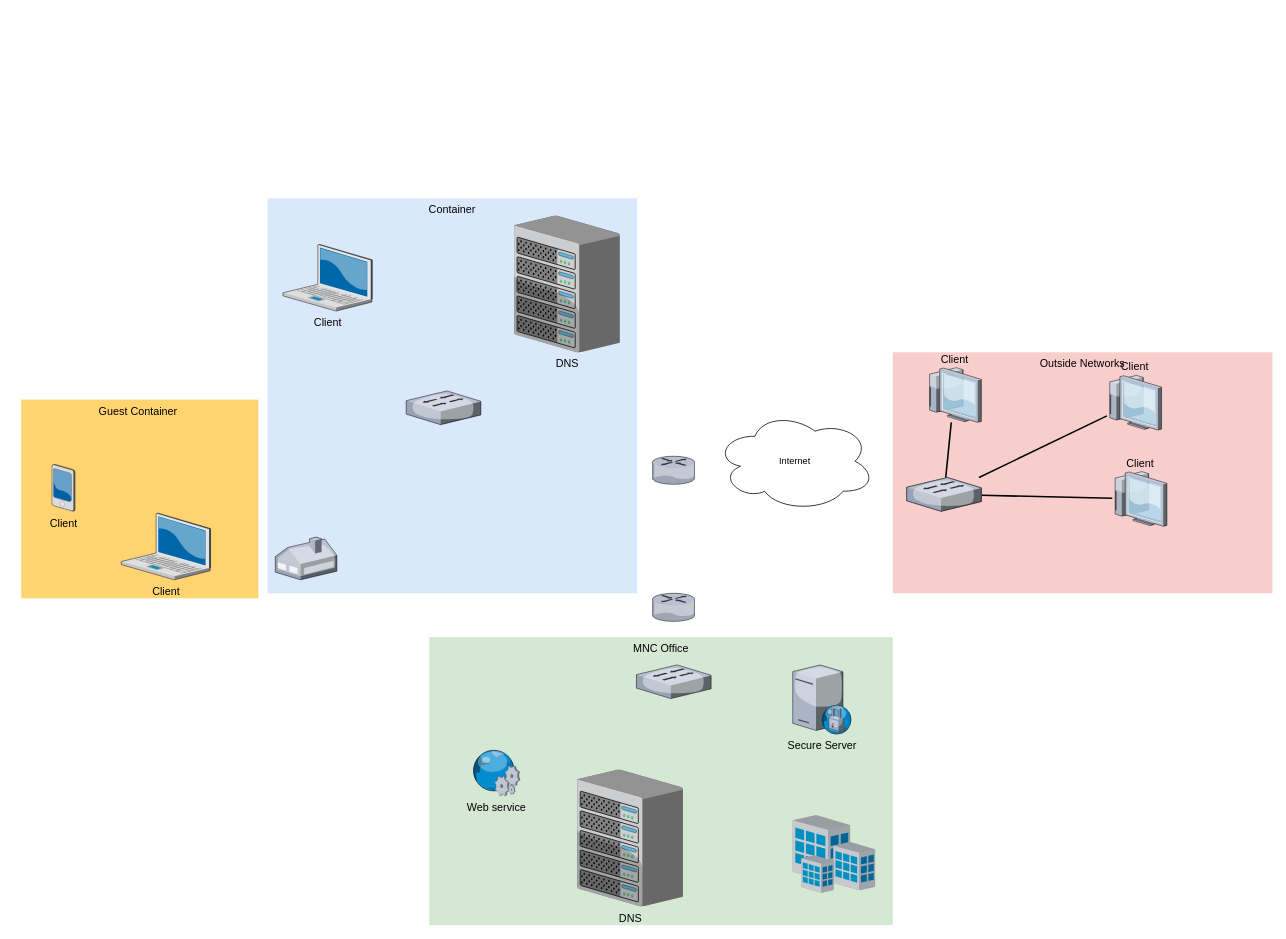
Myfasa/tablitsa-iqos keeps this draw.io diagram as Untitled Diagram.drawio. Above is the earlier version. Source tidied: cells renumbered, new cells numbered last; positions are measured from the earlier drawing's top-left corner, leaving out a move shared by most shapes. Both pictures are drawn from the tidied source at 77%, with x=0, y=0 at pixel (21, 198).
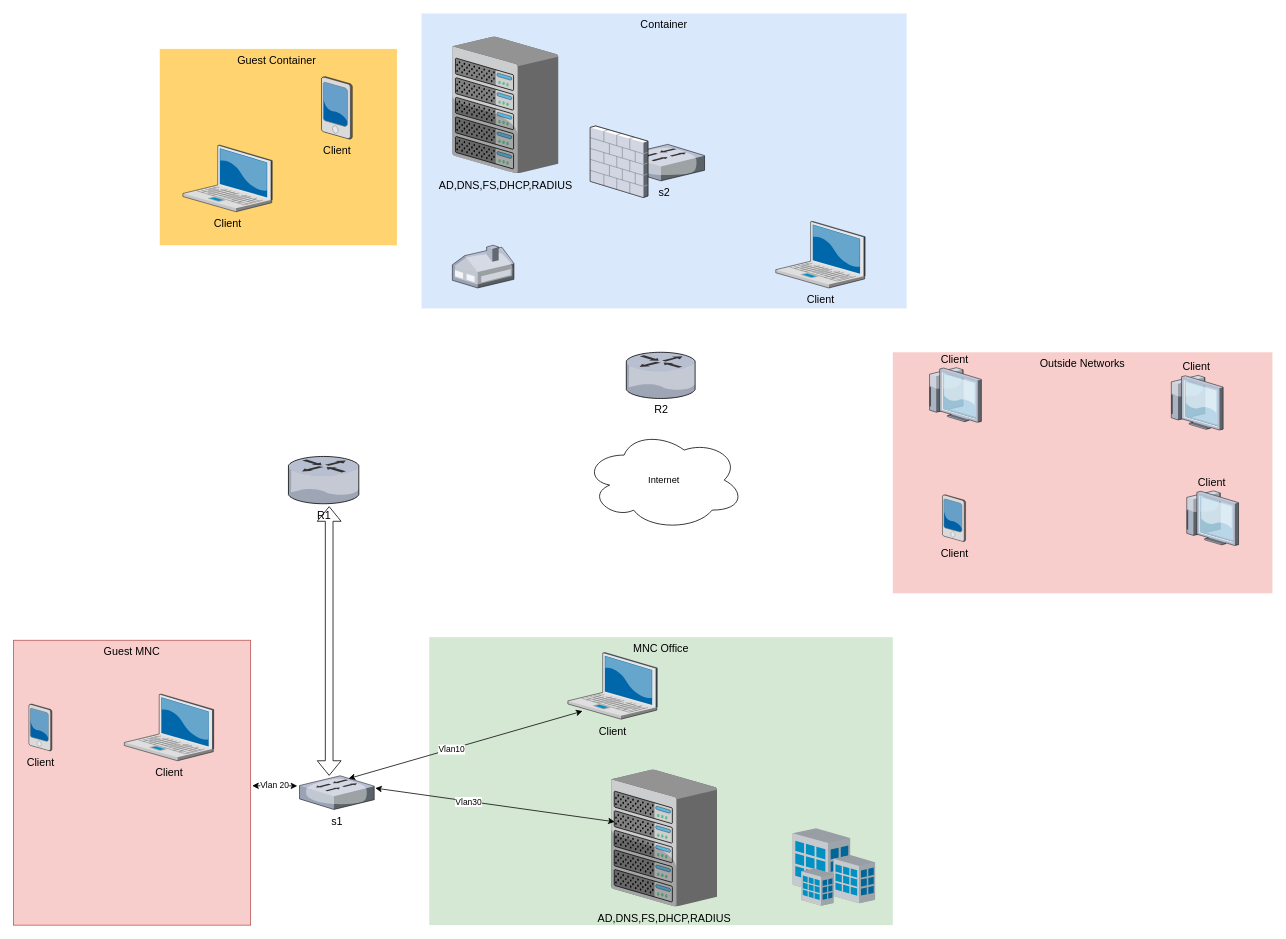
After the change.

The change refers to these unchanged cells:
```xml
<mxCell id="15" value="Client" style="verticalLabelPosition=top;html=1;verticalAlign=bottom;strokeColor=none;shape=mxgraph.citrix.thin_client;fillColor=#66B2FF;gradientColor=#0066CC;fontSize=14;labelPosition=center;align=center;" parent="1" vertex="1">
  <mxGeometry x="1176" y="220" width="71" height="71" as="geometry" />
</mxCell>
```

Change to the diagram source:
```diff
@@
-    <mxCell id="2" style="verticalLabelPosition=bottom;html=1;verticalAlign=top;strokeColor=none;shape=mxgraph.citrix.router;fillColor=#66B2FF;gradientColor=#0066CC;fontSize=14;" parent="1" vertex="1">
-      <mxGeometry x="820" y="335" width="55" height="36.5" as="geometry" />
+    <mxCell id="2" value="R2" style="verticalLabelPosition=bottom;html=1;verticalAlign=top;strokeColor=none;shape=mxgraph.citrix.router;fillColor=#66B2FF;gradientColor=#0066CC;fontSize=14;" parent="1" vertex="1">
+      <mxGeometry x="785.8" y="200" width="90.4" height="60" as="geometry" />
     </mxCell>
@@
-    <mxCell id="4" value="DNS" style="verticalLabelPosition=bottom;html=1;verticalAlign=top;strokeColor=none;shape=mxgraph.citrix.chassis;fillColor=#66B2FF;gradientColor=#0066CC;fontSize=14;" parent="1" vertex="1">
-      <mxGeometry x="722" y="742" width="137.5" height="177.5" as="geometry" />
+    <mxCell id="4" value="AD,DNS,FS,DHCP,RADIUS" style="verticalLabelPosition=bottom;html=1;verticalAlign=top;strokeColor=none;shape=mxgraph.citrix.chassis;fillColor=#66B2FF;gradientColor=#0066CC;fontSize=14;" parent="1" vertex="1">
+      <mxGeometry x="766.2" y="742" width="137.5" height="177.5" as="geometry" />
     </mxCell>
-    <mxCell id="5" value="Secure Server" style="verticalLabelPosition=bottom;html=1;verticalAlign=top;strokeColor=none;shape=mxgraph.citrix.proxy_server;fillColor=#66B2FF;gradientColor=#0066CC;fontSize=14;" parent="1" vertex="1">
-      <mxGeometry x="1002" y="606" width="76.5" height="90" as="geometry" />
-    </mxCell>
-    <mxCell id="6" value="Web service" style="verticalLabelPosition=bottom;html=1;verticalAlign=top;strokeColor=none;shape=mxgraph.citrix.web_service;fillColor=#66B2FF;gradientColor=#0066CC;fontSize=14;" parent="1" vertex="1">
-      <mxGeometry x="585" y="716" width="63" height="60" as="geometry" />
-    </mxCell>
     <mxCell id="7" style="verticalLabelPosition=bottom;html=1;verticalAlign=top;strokeColor=none;shape=mxgraph.citrix.site;fillColor=#66B2FF;gradientColor=#0066CC;fontSize=14;" parent="1" vertex="1">
-      <mxGeometry x="1002" y="801" width="107" height="101" as="geometry" />
+      <mxGeometry x="1002" y="818" width="107" height="101" as="geometry" />
     </mxCell>
@@
-    <mxCell id="9" style="edgeStyle=none;rounded=0;html=1;startSize=10;endSize=10;jettySize=auto;fontSize=14;endArrow=none;endFill=0;strokeWidth=2;" parent="1" edge="1" source="12" target="15">
-      <mxGeometry relative="1" as="geometry" />
-    </mxCell>
-    <mxCell id="10" style="edgeStyle=none;rounded=0;html=1;startSize=10;endSize=10;jettySize=auto;fontSize=14;endArrow=none;endFill=0;strokeWidth=2;" parent="1" edge="1" source="12" target="14">
-      <mxGeometry relative="1" as="geometry" />
-    </mxCell>
-    <mxCell id="11" style="edgeStyle=none;rounded=0;html=1;startSize=10;endSize=10;jettySize=auto;fontSize=14;endArrow=none;endFill=0;strokeWidth=2;" parent="1" edge="1" source="12" target="13">
-      <mxGeometry relative="1" as="geometry" />
-    </mxCell>
-    <mxCell id="12" style="verticalLabelPosition=bottom;html=1;verticalAlign=top;strokeColor=none;shape=mxgraph.citrix.switch;fillColor=#66B2FF;gradientColor=#0066CC;fontSize=14;" parent="1" vertex="1">
-      <mxGeometry x="1150" y="362.7" width="97" height="43.8" as="geometry" />
-    </mxCell>
     <mxCell id="13" value="Client" style="verticalLabelPosition=top;html=1;verticalAlign=bottom;strokeColor=none;shape=mxgraph.citrix.thin_client;fillColor=#66B2FF;gradientColor=#0066CC;fontSize=14;labelPosition=center;align=center;" parent="1" vertex="1">
-      <mxGeometry x="1417" y="355" width="71" height="71" as="geometry" />
+      <mxGeometry x="1510" y="380" width="71" height="71" as="geometry" />
     </mxCell>
     <mxCell id="14" value="Client" style="verticalLabelPosition=top;html=1;verticalAlign=bottom;strokeColor=none;shape=mxgraph.citrix.thin_client;fillColor=#66B2FF;gradientColor=#0066CC;fontSize=14;labelPosition=center;align=center;" parent="1" vertex="1">
-      <mxGeometry x="1410" y="230" width="71" height="71" as="geometry" />
+      <mxGeometry x="1490" y="230" width="71" height="71" as="geometry" />
     </mxCell>
@@
     <mxCell id="16" value="Container" style="whiteSpace=wrap;html=1;fillColor=#dae8fc;fontSize=14;strokeColor=none;verticalAlign=top;" parent="1" vertex="1">
-      <mxGeometry x="320" width="480" height="513" as="geometry" />
+      <mxGeometry x="520" y="-240" width="630" height="383" as="geometry" />
     </mxCell>
     <mxCell id="17" value="Client" style="verticalLabelPosition=bottom;html=1;verticalAlign=top;strokeColor=none;shape=mxgraph.citrix.laptop_2;fillColor=#66B2FF;gradientColor=#0066CC;fontSize=14;" parent="1" vertex="1">
-      <mxGeometry x="340" y="60" width="116" height="86.5" as="geometry" />
+      <mxGeometry x="980" y="30" width="116" height="86.5" as="geometry" />
     </mxCell>
     <mxCell id="18" style="verticalLabelPosition=bottom;html=1;verticalAlign=top;strokeColor=none;shape=mxgraph.citrix.home_office;fillColor=#66B2FF;gradientColor=#0066CC;fontSize=14;" parent="1" vertex="1">
-      <mxGeometry x="330" y="440" width="80" height="55.5" as="geometry" />
+      <mxGeometry x="560" y="61" width="80" height="55.5" as="geometry" />
     </mxCell>
-    <mxCell id="19" style="verticalLabelPosition=bottom;html=1;verticalAlign=top;strokeColor=none;shape=mxgraph.citrix.switch;fillColor=#66B2FF;gradientColor=#0066CC;fontSize=14;" parent="1" vertex="1">
-      <mxGeometry x="1150" y="362.7" width="97" height="43.8" as="geometry" />
-    </mxCell>
-    <mxCell id="20" style="verticalLabelPosition=bottom;html=1;verticalAlign=top;strokeColor=none;shape=mxgraph.citrix.switch;fillColor=#66B2FF;gradientColor=#0066CC;fontSize=14;" parent="1" vertex="1">
-      <mxGeometry x="500" y="250.2" width="97" height="43.8" as="geometry" />
+    <mxCell id="20" value="s2" style="verticalLabelPosition=bottom;html=1;verticalAlign=top;strokeColor=none;shape=mxgraph.citrix.switch;fillColor=#66B2FF;gradientColor=#0066CC;fontSize=14;" parent="1" vertex="1">
+      <mxGeometry x="782.5" y="-70" width="105" height="47.4" as="geometry" />
     </mxCell>
-    <mxCell id="21" style="verticalLabelPosition=bottom;html=1;verticalAlign=top;strokeColor=none;shape=mxgraph.citrix.router;fillColor=#66B2FF;gradientColor=#0066CC;fontSize=14;" parent="1" vertex="1">
-      <mxGeometry x="820" y="513" width="55" height="36.5" as="geometry" />
+    <mxCell id="21" value="R1" style="verticalLabelPosition=bottom;html=1;verticalAlign=top;strokeColor=none;shape=mxgraph.citrix.router;fillColor=#66B2FF;gradientColor=#0066CC;fontSize=14;" parent="1" vertex="1">
+      <mxGeometry x="347" y="335.3" width="92.5" height="61.4" as="geometry" />
     </mxCell>
     <mxCell id="22" value="Internet" style="ellipse;shape=cloud;whiteSpace=wrap;html=1;align=center;" parent="1" vertex="1">
-      <mxGeometry x="901" y="276.5" width="208" height="130" as="geometry" />
+      <mxGeometry x="731" y="301" width="208" height="130" as="geometry" />
     </mxCell>
-    <mxCell id="23" style="verticalLabelPosition=bottom;html=1;verticalAlign=top;strokeColor=none;shape=mxgraph.citrix.switch;fillColor=#66B2FF;gradientColor=#0066CC;fontSize=14;" parent="1" vertex="1">
-      <mxGeometry x="799" y="606" width="97" height="43.8" as="geometry" />
+    <mxCell id="23" value="s1" style="verticalLabelPosition=bottom;html=1;verticalAlign=top;strokeColor=none;shape=mxgraph.citrix.switch;fillColor=#66B2FF;gradientColor=#0066CC;fontSize=14;" parent="1" vertex="1">
+      <mxGeometry x="361.5" y="750" width="97" height="43.8" as="geometry" />
     </mxCell>
-    <mxCell id="24" value="DNS" style="verticalLabelPosition=bottom;html=1;verticalAlign=top;strokeColor=none;shape=mxgraph.citrix.chassis;fillColor=#66B2FF;gradientColor=#0066CC;fontSize=14;" parent="1" vertex="1">
-      <mxGeometry x="640" y="22.5" width="137.5" height="177.5" as="geometry" />
+    <mxCell id="24" value="AD,DNS,FS,DHCP,RADIUS" style="verticalLabelPosition=bottom;html=1;verticalAlign=top;strokeColor=none;shape=mxgraph.citrix.chassis;fillColor=#66B2FF;gradientColor=#0066CC;fontSize=14;" parent="1" vertex="1">
+      <mxGeometry x="560" y="-210" width="137.5" height="177.5" as="geometry" />
     </mxCell>
     <mxCell id="25" value="Guest Container&amp;nbsp;" style="whiteSpace=wrap;html=1;fillColor=#FFD470;gradientColor=none;fontSize=14;strokeColor=none;verticalAlign=top;" parent="1" vertex="1">
-      <mxGeometry y="261.5" width="308" height="258" as="geometry" />
+      <mxGeometry x="180" y="-194" width="308" height="255" as="geometry" />
     </mxCell>
     <mxCell id="26" value="Client" style="verticalLabelPosition=bottom;html=1;verticalAlign=top;strokeColor=none;shape=mxgraph.citrix.pda;fillColor=#66B2FF;gradientColor=#0066CC;fontSize=14;" parent="1" vertex="1">
-      <mxGeometry x="40" y="345.5" width="30" height="61" as="geometry" />
+      <mxGeometry x="390" y="-158" width="40" height="81.3" as="geometry" />
     </mxCell>
     <mxCell id="27" value="Client" style="verticalLabelPosition=bottom;html=1;verticalAlign=top;strokeColor=none;shape=mxgraph.citrix.laptop_2;fillColor=#66B2FF;gradientColor=#0066CC;fontSize=14;" parent="1" vertex="1">
-      <mxGeometry x="130" y="409" width="116" height="86.5" as="geometry" />
+      <mxGeometry x="210" y="-69" width="116" height="86.5" as="geometry" />
     </mxCell>
+    <mxCell id="28" value="Guest MNC" style="whiteSpace=wrap;html=1;fillColor=#f8cecc;fontSize=14;strokeColor=#b85450;verticalAlign=top;" parent="1" vertex="1">
+      <mxGeometry x="-10" y="574" width="308" height="370" as="geometry" />
+    </mxCell>
+    <mxCell id="29" value="Client" style="verticalLabelPosition=bottom;html=1;verticalAlign=top;strokeColor=none;shape=mxgraph.citrix.pda;fillColor=#66B2FF;gradientColor=#0066CC;fontSize=14;" parent="1" vertex="1">
+      <mxGeometry x="10" y="656.8" width="30" height="61" as="geometry" />
+    </mxCell>
+    <mxCell id="30" value="Client" style="verticalLabelPosition=bottom;html=1;verticalAlign=top;strokeColor=none;shape=mxgraph.citrix.laptop_2;fillColor=#66B2FF;gradientColor=#0066CC;fontSize=14;" parent="1" vertex="1">
+      <mxGeometry x="134" y="644" width="116" height="86.5" as="geometry" />
+    </mxCell>
+    <mxCell id="31" value="Client" style="verticalLabelPosition=bottom;html=1;verticalAlign=top;strokeColor=none;shape=mxgraph.citrix.pda;fillColor=#66B2FF;gradientColor=#0066CC;fontSize=14;" parent="1" vertex="1">
+      <mxGeometry x="1196.5" y="385" width="30" height="61" as="geometry" />
+    </mxCell>
+    <mxCell id="32" style="endArrow=classic;startArrow=classic;html=1;rounded=0;entryX=0.034;entryY=0.382;entryDx=0;entryDy=0;entryPerimeter=0;exitX=1.014;exitY=0.366;exitDx=0;exitDy=0;exitPerimeter=0;" parent="1" edge="1" source="23" target="4">
+      <mxGeometry relative="1" as="geometry" />
+    </mxCell>
+    <mxCell id="33" value="Vlan30" style="edgeLabel;html=1;align=center;verticalAlign=middle;" parent="32" vertex="1">
+      <mxGeometry x="-0.22" relative="1" as="geometry" />
+    </mxCell>
+    <mxCell id="34" style="endArrow=classic;startArrow=classic;html=1;rounded=0;exitX=0.657;exitY=0.083;exitDx=0;exitDy=0;exitPerimeter=0;entryX=0.164;entryY=0.879;entryDx=0;entryDy=0;entryPerimeter=0;" parent="1" edge="1" source="23" target="36">
+      <mxGeometry relative="1" as="geometry" />
+    </mxCell>
+    <mxCell id="35" value="Vlan10" style="edgeLabel;html=1;align=center;verticalAlign=middle;" parent="34" vertex="1">
+      <mxGeometry x="-0.12" relative="1" as="geometry" />
+    </mxCell>
+    <mxCell id="36" value="Client" style="verticalLabelPosition=bottom;html=1;verticalAlign=top;strokeColor=none;shape=mxgraph.citrix.laptop_2;fillColor=#66B2FF;gradientColor=#0066CC;fontSize=14;" parent="1" vertex="1">
+      <mxGeometry x="710" y="590" width="116" height="86.5" as="geometry" />
+    </mxCell>
+    <mxCell id="37" value="Vlan 20" style="endArrow=classic;startArrow=classic;html=1;rounded=0;entryX=-0.03;entryY=0.3;entryDx=0;entryDy=0;entryPerimeter=0;" parent="1" edge="1" target="23">
+      <mxGeometry relative="1" as="geometry">
+        <mxPoint x="300" y="763" as="sourcePoint" />
+      </mxGeometry>
+    </mxCell>
+    <mxCell id="38" style="shape=flexArrow;endArrow=classic;startArrow=classic;html=1;rounded=0;exitX=0.397;exitY=0;exitDx=0;exitDy=0;exitPerimeter=0;" parent="1" edge="1" source="23">
+      <mxGeometry relative="1" as="geometry">
+        <mxPoint x="400" y="400" as="targetPoint" />
+      </mxGeometry>
+    </mxCell>
+    <mxCell id="39" style="verticalLabelPosition=bottom;html=1;verticalAlign=top;strokeColor=none;shape=mxgraph.citrix.firewall;fillColor=#66B2FF;gradientColor=#0066CC;fontSize=14;" parent="1" vertex="1">
+      <mxGeometry x="739" y="-94" width="75" height="93" as="geometry" />
+    </mxCell>
```
